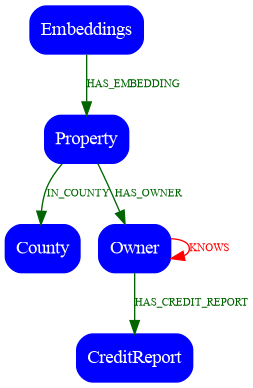
maguec/SpannerPropertyGraph keeps this Graphviz diagram as docs/graph.png. Above is the earlier version. Its source is kept beside it as docs/graph.dot.
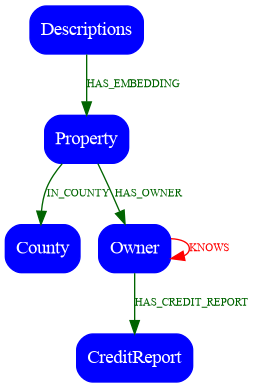
The same diagram one commit later.

What changed in the source:
```diff
@@ -7,11 +7,11 @@
   County [label="County"];
   Owner [label="Owner"];
   CreditReport [label="CreditReport"];
-  Embeds [label="Embeddings"];
+  Description [label="Descriptions"];
 
   Property -> County [label=IN_COUNTY];
   Property -> Owner [label=HAS_OWNER];
   Owner -> CreditReport [label=HAS_CREDIT_REPORT];
   Owner -> Owner [label=KNOWS,color=red, fontcolor=red];
-  Embeds -> Property [label=HAS_EMBEDDING];
+  Description -> Property [label=HAS_EMBEDDING];
 }
```
